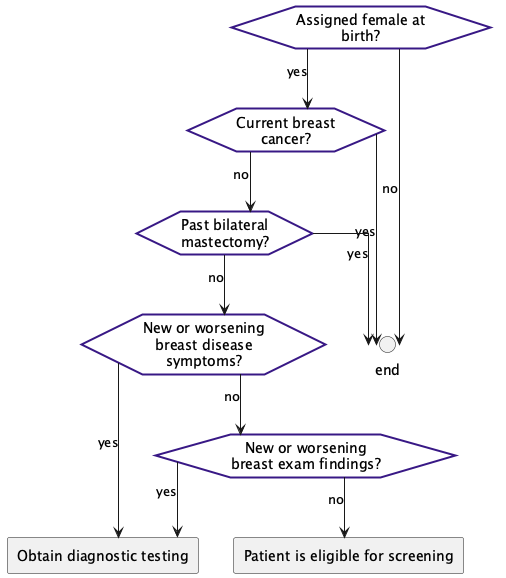
Before: images/flow-ScreeningEligible.png, a diagram exported from PlantUML (ccsm-cds-tools/CDC-Breast-Cancer-Screening-CDS-L2).
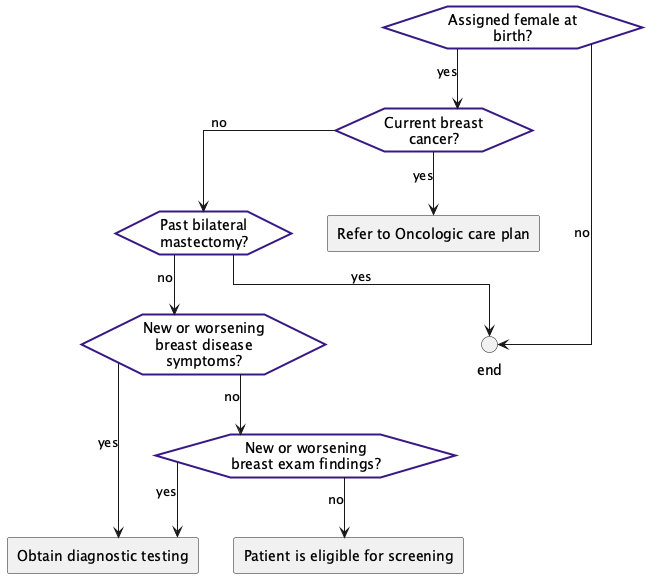
Above is the later version.

Diff of the diagram source:
```diff
@@ -20,12 +20,13 @@
 hexagon "New or worsening breast disease symptoms?" as eve_breastsymptoms [[#eve-breastsymptoms]]
 hexagon "New or worsening breast exam findings?" as eve_breastfindings [[#eve-breastfindings]]
 circle "end" as end_noteligible <<end>>
+rectangle "Refer to Oncologic care plan" as act_hxbreastcawithin5y [[#act-hxbreastcawithin5y]]
 rectangle "Obtain diagnostic testing" as act_dxtesting [[#act-dxtesting]]
 rectangle "Patient is eligible for screening" as act_eligible [[#act-eligible]]
 eve_female-->eve_breastca: yes
 eve_female-->end_noteligible: no
 eve_breastca-->eve_mastectomy: no
-eve_breastca-->end_noteligible: yes
+eve_breastca-->act_hxbreastcawithin5y: yes
 eve_mastectomy-->eve_breastsymptoms: no
 eve_mastectomy-->end_noteligible: yes
 eve_breastsymptoms-->act_dxtesting: yes
```
